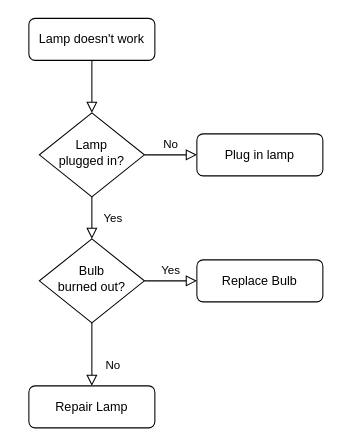
The draw.io diagram workflows/harbor_auth.drawio in NicholasCote/draw.io-content, before the edit. Source tidied: cells renumbered, new cells numbered last; positions are measured from the earlier drawing's top-left corner, leaving out a move shared by most shapes. Both pictures are drawn from the tidied source at 105%, with x=0, y=0 at pixel (28, 18).
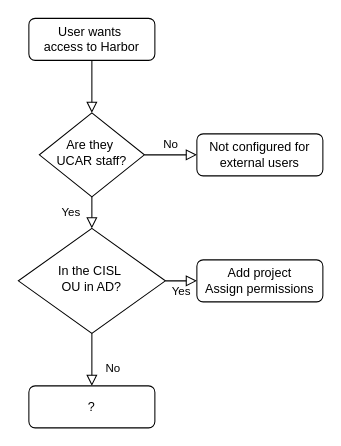
Above is the later version.

The edit, as a diff of the source:
```diff
@@
 <mxGraphModel>
   <root>
     <mxCell id="0" />
     <mxCell id="1" parent="0" />
     <mxCell id="2" style="rounded=0;html=1;jettySize=auto;fontSize=11;endArrow=block;endFill=0;endSize=8;strokeWidth=1;shadow=0;labelBackgroundColor=none;edgeStyle=orthogonalEdgeStyle;" parent="1" edge="1" source="3" target="6">
       <mxGeometry relative="1" as="geometry" />
     </mxCell>
-    <mxCell id="3" value="Lamp doesn't work" style="rounded=1;whiteSpace=wrap;html=1;fontSize=12;glass=0;strokeWidth=1;shadow=0;" parent="1" vertex="1">
+    <mxCell id="3" value="User wants&amp;nbsp;&lt;div&gt;access to Harbor&lt;/div&gt;" style="rounded=1;whiteSpace=wrap;html=1;fontSize=12;glass=0;strokeWidth=1;shadow=0;" parent="1" vertex="1">
       <mxGeometry width="120" height="40" as="geometry" />
     </mxCell>
     <mxCell id="4" value="Yes" style="rounded=0;html=1;jettySize=auto;fontSize=11;endArrow=block;endFill=0;endSize=8;strokeWidth=1;shadow=0;labelBackgroundColor=none;edgeStyle=orthogonalEdgeStyle;" parent="1" edge="1" source="6" target="10">
       <mxGeometry y="20" relative="1" as="geometry" />
     </mxCell>
     <mxCell id="5" value="No" style="edgeStyle=orthogonalEdgeStyle;rounded=0;html=1;jettySize=auto;fontSize=11;endArrow=block;endFill=0;endSize=8;strokeWidth=1;shadow=0;labelBackgroundColor=none;" parent="1" edge="1" source="6" target="7">
       <mxGeometry y="10" relative="1" as="geometry" />
     </mxCell>
-    <mxCell id="6" value="Lamp&lt;br&gt;plugged in?" style="rhombus;whiteSpace=wrap;html=1;shadow=0;fontFamily=Helvetica;fontSize=12;align=center;strokeWidth=1;spacing=6;spacingTop=-4;" parent="1" vertex="1">
+    <mxCell id="6" value="Are they&amp;nbsp;&lt;div&gt;UCAR staff?&lt;/div&gt;" style="rhombus;whiteSpace=wrap;html=1;shadow=0;fontFamily=Helvetica;fontSize=12;align=center;strokeWidth=1;spacing=6;spacingTop=-4;" parent="1" vertex="1">
       <mxGeometry x="10" y="90" width="100" height="80" as="geometry" />
     </mxCell>
-    <mxCell id="7" value="Plug in lamp" style="rounded=1;whiteSpace=wrap;html=1;fontSize=12;glass=0;strokeWidth=1;shadow=0;" parent="1" vertex="1">
+    <mxCell id="7" value="Not configured for external users" style="rounded=1;whiteSpace=wrap;html=1;fontSize=12;glass=0;strokeWidth=1;shadow=0;" parent="1" vertex="1">
       <mxGeometry x="160" y="110" width="120" height="40" as="geometry" />
     </mxCell>
     <mxCell id="8" value="No" style="rounded=0;html=1;jettySize=auto;fontSize=11;endArrow=block;endFill=0;endSize=8;strokeWidth=1;shadow=0;labelBackgroundColor=none;edgeStyle=orthogonalEdgeStyle;" parent="1" edge="1" source="10" target="11">
       <mxGeometry x="0.33" y="20" relative="1" as="geometry" />
     </mxCell>
     <mxCell id="9" value="Yes" style="edgeStyle=orthogonalEdgeStyle;rounded=0;html=1;jettySize=auto;fontSize=11;endArrow=block;endFill=0;endSize=8;strokeWidth=1;shadow=0;labelBackgroundColor=none;" parent="1" edge="1" source="10" target="12">
       <mxGeometry y="10" relative="1" as="geometry" />
     </mxCell>
-    <mxCell id="10" value="Bulb&lt;br&gt;burned out?" style="rhombus;whiteSpace=wrap;html=1;shadow=0;fontFamily=Helvetica;fontSize=12;align=center;strokeWidth=1;spacing=6;spacingTop=-4;" parent="1" vertex="1">
-      <mxGeometry x="10" y="210" width="100" height="80" as="geometry" />
+    <mxCell id="10" value="In the CISL&amp;nbsp;&lt;div&gt;OU in AD?&lt;/div&gt;" style="rhombus;whiteSpace=wrap;html=1;shadow=0;fontFamily=Helvetica;fontSize=12;align=center;strokeWidth=1;spacing=6;spacingTop=-4;" parent="1" vertex="1">
+      <mxGeometry x="-10" y="200" width="140" height="100" as="geometry" />
     </mxCell>
-    <mxCell id="11" value="Repair Lamp" style="rounded=1;whiteSpace=wrap;html=1;fontSize=12;glass=0;strokeWidth=1;shadow=0;" parent="1" vertex="1">
+    <mxCell id="11" value="?" style="rounded=1;whiteSpace=wrap;html=1;fontSize=12;glass=0;strokeWidth=1;shadow=0;" parent="1" vertex="1">
       <mxGeometry y="350" width="120" height="40" as="geometry" />
     </mxCell>
-    <mxCell id="12" value="Replace Bulb" style="rounded=1;whiteSpace=wrap;html=1;fontSize=12;glass=0;strokeWidth=1;shadow=0;" parent="1" vertex="1">
+    <mxCell id="12" value="Add project&lt;div&gt;Assign permissions&lt;/div&gt;" style="rounded=1;whiteSpace=wrap;html=1;fontSize=12;glass=0;strokeWidth=1;shadow=0;" parent="1" vertex="1">
       <mxGeometry x="160" y="230" width="120" height="40" as="geometry" />
     </mxCell>
   </root>
 </mxGraphModel>
```
